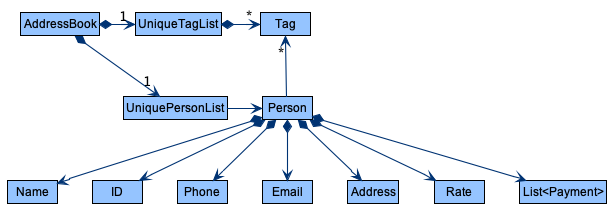
The PlantUML diagram docs/images/BetterModelClassDiagram.png in zhongfu/tp, before a commit. The source it was exported from:
```plantuml
@startuml
!include style.puml
skinparam arrowThickness 1.1
skinparam arrowColor MODEL_COLOR_T4
skinparam classBackgroundColor MODEL_COLOR

AddressBook *-right-> "1" UniquePersonList
AddressBook *-right-> "1" UniqueTagList
UniqueTagList -[hidden]down- UniquePersonList
UniqueTagList -[hidden]down- UniquePersonList

UniqueTagList *-right-> "*" Tag
UniquePersonList -right-> Person

Person -up-> "*" Tag

Person *--> Name
Person *--> ID
Person *--> Phone
Person *--> Email
Person *--> Address
Person *--> Rate
Person *--> "List<Payment>"
@enduml
```
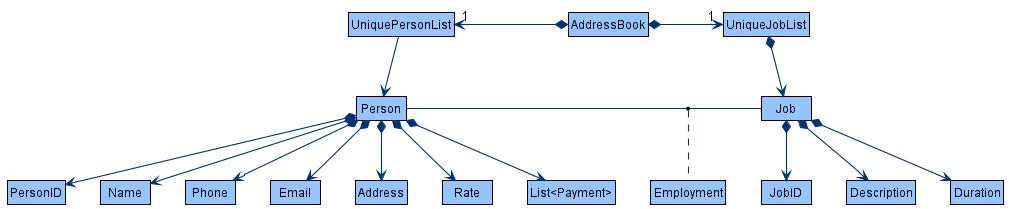
Above is the later version.

Commit message:
Update Model part of DG

Change to the diagram source:
```diff
@@ -4,21 +4,25 @@
 skinparam arrowColor MODEL_COLOR_T4
 skinparam classBackgroundColor MODEL_COLOR
 
-AddressBook *-right-> "1" UniquePersonList
-AddressBook *-right-> "1" UniqueTagList
-UniqueTagList -[hidden]down- UniquePersonList
-UniqueTagList -[hidden]down- UniquePersonList
+AddressBook *-left-> "1" UniquePersonList
+AddressBook *-right-> "1" UniqueJobList
 
-UniqueTagList *-right-> "*" Tag
-UniquePersonList -right-> Person
+UniqueJobList *--> Job
+UniquePersonList --> Person
 
-Person -up-> "*" Tag
+Person - Job
+(Person, Job) .. Employment
 
+Person *--> PersonID
 Person *--> Name
-Person *--> ID
 Person *--> Phone
 Person *--> Email
 Person *--> Address
 Person *--> Rate
 Person *--> "List<Payment>"
+
+Job *--> JobID
+Job *--> Description
+Job *--> Duration
+
 @enduml
```
